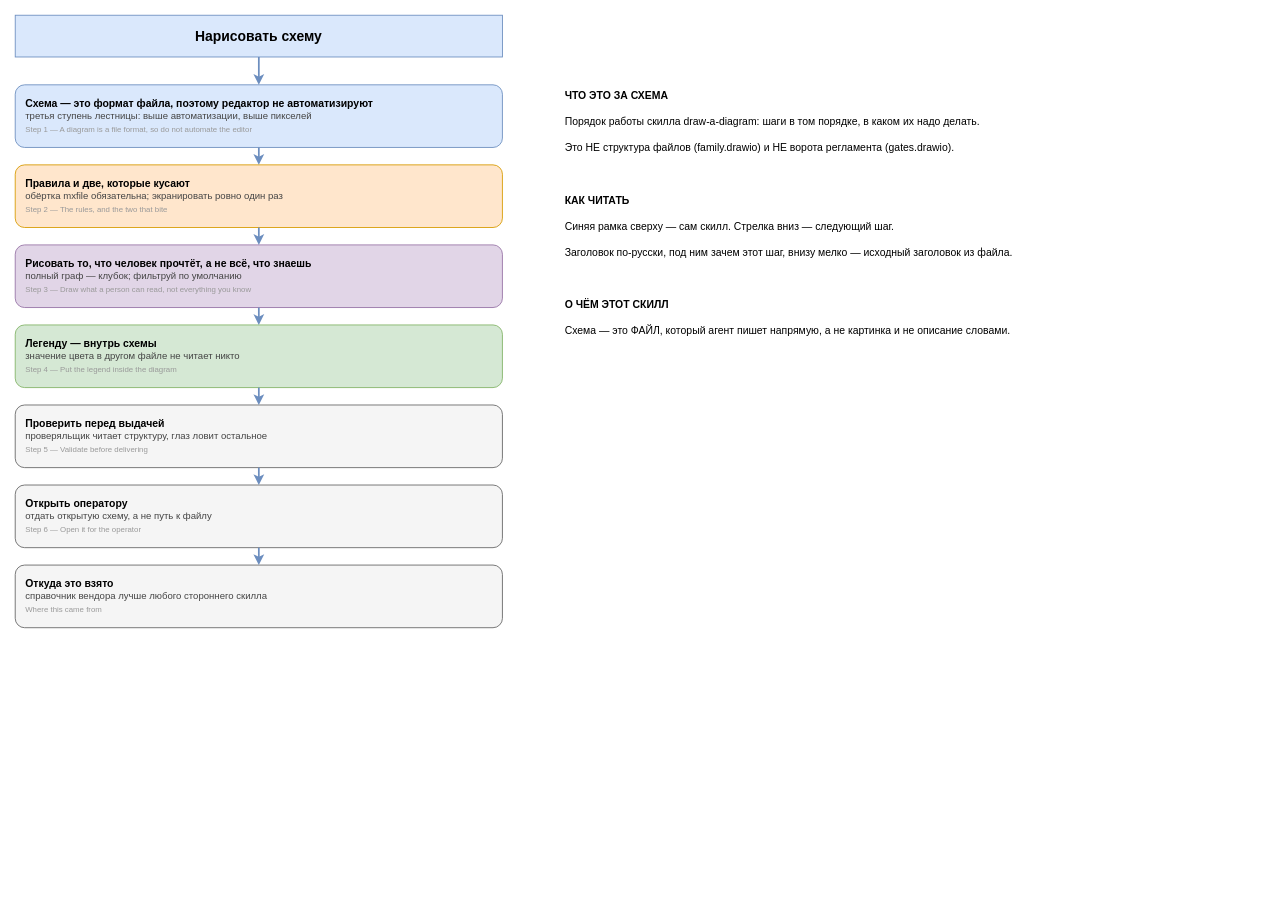
The draw.io diagram skills/draw-a-diagram/assets/diagram.drawio in ubik-dsh/deepseek-harness-skills, before the edit. Source tidied: cells renumbered, new cells numbered last; positions are measured from the earlier drawing's top-left corner, leaving out a move shared by most shapes. Both pictures are drawn from the tidied source at 87%, with x=0, y=0 at pixel (15, 15).
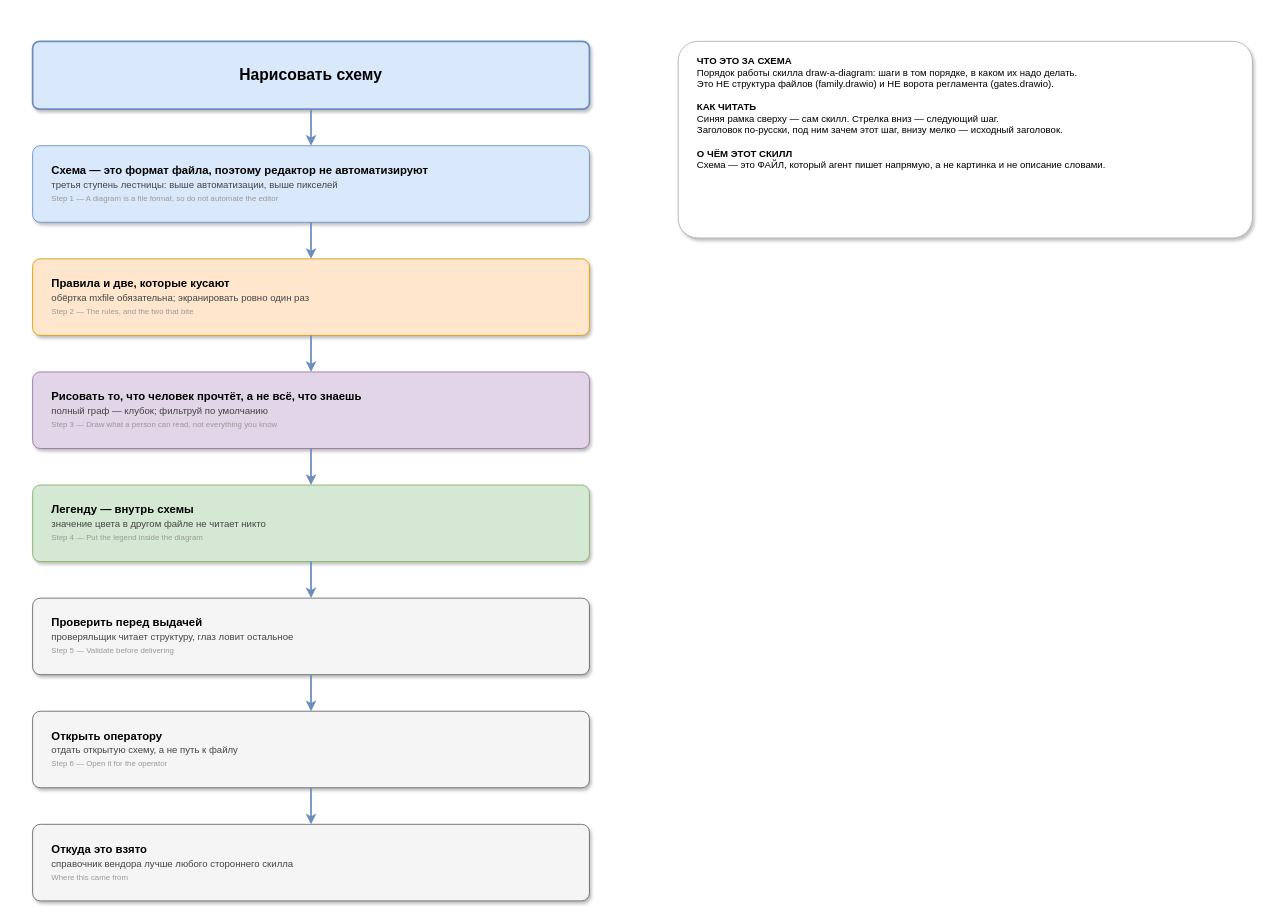
The same diagram, later.

What changed in the source:
```diff
@@
-    <mxCell id="2" value="Нарисовать схему" style="rounded=0;whiteSpace=wrap;html=1;fillColor=#DAE8FC;strokeColor=#6C8EBF;fontSize=16;fontStyle=1;" parent="1" vertex="1">
-      <mxGeometry width="560" height="48" as="geometry" />
+    <mxCell id="2" value="Нарисовать схему" style="rounded=1;arcSize=10;whiteSpace=wrap;html=1;shadow=1;strokeWidth=2;fillColor=#DAE8FC;strokeColor=#6C8EBF;fontSize=18;fontStyle=1;align=center;verticalAlign=middle;" parent="1" vertex="1">
+      <mxGeometry x="20" y="30" width="640" height="78" as="geometry" />
     </mxCell>
-    <mxCell id="3" value="&lt;b&gt;Схема — это формат файла, поэтому редактор не автоматизируют&lt;/b&gt;&lt;br&gt;&lt;font color=&quot;#444444&quot; style=&quot;font-size:11px&quot;&gt;третья ступень лестницы: выше автоматизации, выше пикселей&lt;/font&gt;&lt;br&gt;&lt;font color=&quot;#999999&quot; style=&quot;font-size:9px&quot;&gt;Step 1 — A diagram is a file format, so do not automate the editor&lt;/font&gt;" style="rounded=1;whiteSpace=wrap;html=1;fillColor=#DAE8FC;strokeColor=#6C8EBF;align=left;spacingLeft=10;fontSize=12;" parent="1" vertex="1">
-      <mxGeometry y="80" width="560" height="72" as="geometry" />
+    <mxCell id="3" value="&lt;b&gt;Схема — это формат файла, поэтому редактор не автоматизируют&lt;/b&gt;&lt;br&gt;&lt;font color=&quot;#444444&quot; style=&quot;font-size:11px&quot;&gt;третья ступень лестницы: выше автоматизации, выше пикселей&lt;/font&gt;&lt;br&gt;&lt;font color=&quot;#999999&quot; style=&quot;font-size:9px&quot;&gt;Step 1 — A diagram is a file format, so do not automate the editor&lt;/font&gt;" style="rounded=1;arcSize=10;whiteSpace=wrap;html=1;shadow=1;strokeWidth=1;fillColor=#DAE8FC;strokeColor=#6C8EBF;align=left;verticalAlign=middle;spacingLeft=20;spacingTop=10;spacingBottom=10;fontSize=13;" parent="1" vertex="1">
+      <mxGeometry x="20" y="150" width="640" height="88" as="geometry" />
     </mxCell>
-    <mxCell id="4" style="endArrow=classic;html=1;strokeColor=#6C8EBF;strokeWidth=2;rounded=0;edgeStyle=orthogonalEdgeStyle;" parent="1" edge="1" source="2" target="3">
+    <mxCell id="4" style="endArrow=classic;html=1;strokeColor=#6C8EBF;strokeWidth=2;rounded=0;edgeStyle=orthogonalEdgeStyle;exitX=0.5;exitY=1;exitDx=0;exitDy=0;entryX=0.5;entryY=0;entryDx=0;entryDy=0;" parent="1" edge="1" source="2" target="3">
       <mxGeometry relative="1" as="geometry" />
     </mxCell>
-    <mxCell id="5" value="&lt;b&gt;Правила и две, которые кусают&lt;/b&gt;&lt;br&gt;&lt;font color=&quot;#444444&quot; style=&quot;font-size:11px&quot;&gt;обёртка mxfile обязательна; экранировать ровно один раз&lt;/font&gt;&lt;br&gt;&lt;font color=&quot;#999999&quot; style=&quot;font-size:9px&quot;&gt;Step 2 — The rules, and the two that bite&lt;/font&gt;" style="rounded=1;whiteSpace=wrap;html=1;fillColor=#FFE6CC;strokeColor=#D79B00;align=left;spacingLeft=10;fontSize=12;" parent="1" vertex="1">
-      <mxGeometry y="172" width="560" height="72" as="geometry" />
+    <mxCell id="5" value="&lt;b&gt;Правила и две, которые кусают&lt;/b&gt;&lt;br&gt;&lt;font color=&quot;#444444&quot; style=&quot;font-size:11px&quot;&gt;обёртка mxfile обязательна; экранировать ровно один раз&lt;/font&gt;&lt;br&gt;&lt;font color=&quot;#999999&quot; style=&quot;font-size:9px&quot;&gt;Step 2 — The rules, and the two that bite&lt;/font&gt;" style="rounded=1;arcSize=10;whiteSpace=wrap;html=1;shadow=1;strokeWidth=1;fillColor=#FFE6CC;strokeColor=#D79B00;align=left;verticalAlign=middle;spacingLeft=20;spacingTop=10;spacingBottom=10;fontSize=13;" parent="1" vertex="1">
+      <mxGeometry x="20" y="280" width="640" height="88" as="geometry" />
     </mxCell>
-    <mxCell id="6" style="endArrow=classic;html=1;strokeColor=#6C8EBF;strokeWidth=2;rounded=0;edgeStyle=orthogonalEdgeStyle;" parent="1" edge="1" source="3" target="5">
+    <mxCell id="6" style="endArrow=classic;html=1;strokeColor=#6C8EBF;strokeWidth=2;rounded=0;edgeStyle=orthogonalEdgeStyle;exitX=0.5;exitY=1;exitDx=0;exitDy=0;entryX=0.5;entryY=0;entryDx=0;entryDy=0;" parent="1" edge="1" source="3" target="5">
       <mxGeometry relative="1" as="geometry" />
     </mxCell>
-    <mxCell id="7" value="&lt;b&gt;Рисовать то, что человек прочтёт, а не всё, что знаешь&lt;/b&gt;&lt;br&gt;&lt;font color=&quot;#444444&quot; style=&quot;font-size:11px&quot;&gt;полный граф — клубок; фильтруй по умолчанию&lt;/font&gt;&lt;br&gt;&lt;font color=&quot;#999999&quot; style=&quot;font-size:9px&quot;&gt;Step 3 — Draw what a person can read, not everything you know&lt;/font&gt;" style="rounded=1;whiteSpace=wrap;html=1;fillColor=#E1D5E7;strokeColor=#9673A6;align=left;spacingLeft=10;fontSize=12;" parent="1" vertex="1">
-      <mxGeometry y="264" width="560" height="72" as="geometry" />
+    <mxCell id="7" value="&lt;b&gt;Рисовать то, что человек прочтёт, а не всё, что знаешь&lt;/b&gt;&lt;br&gt;&lt;font color=&quot;#444444&quot; style=&quot;font-size:11px&quot;&gt;полный граф — клубок; фильтруй по умолчанию&lt;/font&gt;&lt;br&gt;&lt;font color=&quot;#999999&quot; style=&quot;font-size:9px&quot;&gt;Step 3 — Draw what a person can read, not everything you know&lt;/font&gt;" style="rounded=1;arcSize=10;whiteSpace=wrap;html=1;shadow=1;strokeWidth=1;fillColor=#E1D5E7;strokeColor=#9673A6;align=left;verticalAlign=middle;spacingLeft=20;spacingTop=10;spacingBottom=10;fontSize=13;" parent="1" vertex="1">
+      <mxGeometry x="20" y="410" width="640" height="88" as="geometry" />
     </mxCell>
-    <mxCell id="8" style="endArrow=classic;html=1;strokeColor=#6C8EBF;strokeWidth=2;rounded=0;edgeStyle=orthogonalEdgeStyle;" parent="1" edge="1" source="5" target="7">
+    <mxCell id="8" style="endArrow=classic;html=1;strokeColor=#6C8EBF;strokeWidth=2;rounded=0;edgeStyle=orthogonalEdgeStyle;exitX=0.5;exitY=1;exitDx=0;exitDy=0;entryX=0.5;entryY=0;entryDx=0;entryDy=0;" parent="1" edge="1" source="5" target="7">
       <mxGeometry relative="1" as="geometry" />
     </mxCell>
-    <mxCell id="9" value="&lt;b&gt;Легенду — внутрь схемы&lt;/b&gt;&lt;br&gt;&lt;font color=&quot;#444444&quot; style=&quot;font-size:11px&quot;&gt;значение цвета в другом файле не читает никто&lt;/font&gt;&lt;br&gt;&lt;font color=&quot;#999999&quot; style=&quot;font-size:9px&quot;&gt;Step 4 — Put the legend inside the diagram&lt;/font&gt;" style="rounded=1;whiteSpace=wrap;html=1;fillColor=#D5E8D4;strokeColor=#82B366;align=left;spacingLeft=10;fontSize=12;" parent="1" vertex="1">
-      <mxGeometry y="356" width="560" height="72" as="geometry" />
+    <mxCell id="9" value="&lt;b&gt;Легенду — внутрь схемы&lt;/b&gt;&lt;br&gt;&lt;font color=&quot;#444444&quot; style=&quot;font-size:11px&quot;&gt;значение цвета в другом файле не читает никто&lt;/font&gt;&lt;br&gt;&lt;font color=&quot;#999999&quot; style=&quot;font-size:9px&quot;&gt;Step 4 — Put the legend inside the diagram&lt;/font&gt;" style="rounded=1;arcSize=10;whiteSpace=wrap;html=1;shadow=1;strokeWidth=1;fillColor=#D5E8D4;strokeColor=#82B366;align=left;verticalAlign=middle;spacingLeft=20;spacingTop=10;spacingBottom=10;fontSize=13;" parent="1" vertex="1">
+      <mxGeometry x="20" y="540" width="640" height="88" as="geometry" />
     </mxCell>
-    <mxCell id="10" style="endArrow=classic;html=1;strokeColor=#6C8EBF;strokeWidth=2;rounded=0;edgeStyle=orthogonalEdgeStyle;" parent="1" edge="1" source="7" target="9">
+    <mxCell id="10" style="endArrow=classic;html=1;strokeColor=#6C8EBF;strokeWidth=2;rounded=0;edgeStyle=orthogonalEdgeStyle;exitX=0.5;exitY=1;exitDx=0;exitDy=0;entryX=0.5;entryY=0;entryDx=0;entryDy=0;" parent="1" edge="1" source="7" target="9">
       <mxGeometry relative="1" as="geometry" />
     </mxCell>
-    <mxCell id="11" value="&lt;b&gt;Проверить перед выдачей&lt;/b&gt;&lt;br&gt;&lt;font color=&quot;#444444&quot; style=&quot;font-size:11px&quot;&gt;проверяльщик читает структуру, глаз ловит остальное&lt;/font&gt;&lt;br&gt;&lt;font color=&quot;#999999&quot; style=&quot;font-size:9px&quot;&gt;Step 5 — Validate before delivering&lt;/font&gt;" style="rounded=1;whiteSpace=wrap;html=1;fillColor=#F5F5F5;strokeColor=#666666;align=left;spacingLeft=10;fontSize=12;" parent="1" vertex="1">
-      <mxGeometry y="448" width="560" height="72" as="geometry" />
+    <mxCell id="11" value="&lt;b&gt;Проверить перед выдачей&lt;/b&gt;&lt;br&gt;&lt;font color=&quot;#444444&quot; style=&quot;font-size:11px&quot;&gt;проверяльщик читает структуру, глаз ловит остальное&lt;/font&gt;&lt;br&gt;&lt;font color=&quot;#999999&quot; style=&quot;font-size:9px&quot;&gt;Step 5 — Validate before delivering&lt;/font&gt;" style="rounded=1;arcSize=10;whiteSpace=wrap;html=1;shadow=1;strokeWidth=1;fillColor=#F5F5F5;strokeColor=#666666;align=left;verticalAlign=middle;spacingLeft=20;spacingTop=10;spacingBottom=10;fontSize=13;" parent="1" vertex="1">
+      <mxGeometry x="20" y="670" width="640" height="88" as="geometry" />
     </mxCell>
-    <mxCell id="12" style="endArrow=classic;html=1;strokeColor=#6C8EBF;strokeWidth=2;rounded=0;edgeStyle=orthogonalEdgeStyle;" parent="1" edge="1" source="9" target="11">
+    <mxCell id="12" style="endArrow=classic;html=1;strokeColor=#6C8EBF;strokeWidth=2;rounded=0;edgeStyle=orthogonalEdgeStyle;exitX=0.5;exitY=1;exitDx=0;exitDy=0;entryX=0.5;entryY=0;entryDx=0;entryDy=0;" parent="1" edge="1" source="9" target="11">
       <mxGeometry relative="1" as="geometry" />
     </mxCell>
-    <mxCell id="13" value="&lt;b&gt;Открыть оператору&lt;/b&gt;&lt;br&gt;&lt;font color=&quot;#444444&quot; style=&quot;font-size:11px&quot;&gt;отдать открытую схему, а не путь к файлу&lt;/font&gt;&lt;br&gt;&lt;font color=&quot;#999999&quot; style=&quot;font-size:9px&quot;&gt;Step 6 — Open it for the operator&lt;/font&gt;" style="rounded=1;whiteSpace=wrap;html=1;fillColor=#F5F5F5;strokeColor=#666666;align=left;spacingLeft=10;fontSize=12;" parent="1" vertex="1">
-      <mxGeometry y="540" width="560" height="72" as="geometry" />
+    <mxCell id="13" value="&lt;b&gt;Открыть оператору&lt;/b&gt;&lt;br&gt;&lt;font color=&quot;#444444&quot; style=&quot;font-size:11px&quot;&gt;отдать открытую схему, а не путь к файлу&lt;/font&gt;&lt;br&gt;&lt;font color=&quot;#999999&quot; style=&quot;font-size:9px&quot;&gt;Step 6 — Open it for the operator&lt;/font&gt;" style="rounded=1;arcSize=10;whiteSpace=wrap;html=1;shadow=1;strokeWidth=1;fillColor=#F5F5F5;strokeColor=#666666;align=left;verticalAlign=middle;spacingLeft=20;spacingTop=10;spacingBottom=10;fontSize=13;" parent="1" vertex="1">
+      <mxGeometry x="20" y="800" width="640" height="88" as="geometry" />
     </mxCell>
-    <mxCell id="14" style="endArrow=classic;html=1;strokeColor=#6C8EBF;strokeWidth=2;rounded=0;edgeStyle=orthogonalEdgeStyle;" parent="1" edge="1" source="11" target="13">
+    <mxCell id="14" style="endArrow=classic;html=1;strokeColor=#6C8EBF;strokeWidth=2;rounded=0;edgeStyle=orthogonalEdgeStyle;exitX=0.5;exitY=1;exitDx=0;exitDy=0;entryX=0.5;entryY=0;entryDx=0;entryDy=0;" parent="1" edge="1" source="11" target="13">
       <mxGeometry relative="1" as="geometry" />
     </mxCell>
-    <mxCell id="15" value="&lt;b&gt;Откуда это взято&lt;/b&gt;&lt;br&gt;&lt;font color=&quot;#444444&quot; style=&quot;font-size:11px&quot;&gt;справочник вендора лучше любого стороннего скилла&lt;/font&gt;&lt;br&gt;&lt;font color=&quot;#999999&quot; style=&quot;font-size:9px&quot;&gt;Where this came from&lt;/font&gt;" style="rounded=1;whiteSpace=wrap;html=1;fillColor=#F5F5F5;strokeColor=#666666;align=left;spacingLeft=10;fontSize=12;" parent="1" vertex="1">
-      <mxGeometry y="632" width="560" height="72" as="geometry" />
+    <mxCell id="15" value="&lt;b&gt;Откуда это взято&lt;/b&gt;&lt;br&gt;&lt;font color=&quot;#444444&quot; style=&quot;font-size:11px&quot;&gt;справочник вендора лучше любого стороннего скилла&lt;/font&gt;&lt;br&gt;&lt;font color=&quot;#999999&quot; style=&quot;font-size:9px&quot;&gt;Where this came from&lt;/font&gt;" style="rounded=1;arcSize=10;whiteSpace=wrap;html=1;shadow=1;strokeWidth=1;fillColor=#F5F5F5;strokeColor=#666666;align=left;verticalAlign=middle;spacingLeft=20;spacingTop=10;spacingBottom=10;fontSize=13;" parent="1" vertex="1">
+      <mxGeometry x="20" y="930" width="640" height="88" as="geometry" />
     </mxCell>
-    <mxCell id="16" style="endArrow=classic;html=1;strokeColor=#6C8EBF;strokeWidth=2;rounded=0;edgeStyle=orthogonalEdgeStyle;" parent="1" edge="1" source="13" target="15">
+    <mxCell id="16" style="endArrow=classic;html=1;strokeColor=#6C8EBF;strokeWidth=2;rounded=0;edgeStyle=orthogonalEdgeStyle;exitX=0.5;exitY=1;exitDx=0;exitDy=0;entryX=0.5;entryY=0;entryDx=0;entryDy=0;" parent="1" edge="1" source="13" target="15">
       <mxGeometry relative="1" as="geometry" />
     </mxCell>
-    <mxCell id="17" value="ЧТО ЭТО ЗА СХЕМА" style="text;html=1;align=left;verticalAlign=middle;fontSize=12;fontStyle=1;strokeColor=none;fillColor=none;" parent="1" vertex="1">
-      <mxGeometry x="630" y="80" width="640" height="26" as="geometry" />
-    </mxCell>
-    <mxCell id="18" value="Порядок работы скилла draw-a-diagram: шаги в том порядке, в каком их надо делать." style="text;html=1;align=left;verticalAlign=middle;fontSize=12;fontStyle=0;strokeColor=none;fillColor=none;" parent="1" vertex="1">
-      <mxGeometry x="630" y="110" width="640" height="26" as="geometry" />
-    </mxCell>
-    <mxCell id="19" value="Это НЕ структура файлов (family.drawio) и НЕ ворота регламента (gates.drawio)." style="text;html=1;align=left;verticalAlign=middle;fontSize=12;fontStyle=0;strokeColor=none;fillColor=none;" parent="1" vertex="1">
-      <mxGeometry x="630" y="140" width="640" height="26" as="geometry" />
-    </mxCell>
-    <mxCell id="20" style="text;html=1;align=left;verticalAlign=middle;fontSize=12;fontStyle=0;strokeColor=none;fillColor=none;" parent="1" vertex="1">
-      <mxGeometry x="630" y="170" width="640" height="26" as="geometry" />
-    </mxCell>
-    <mxCell id="21" value="КАК ЧИТАТЬ" style="text;html=1;align=left;verticalAlign=middle;fontSize=12;fontStyle=1;strokeColor=none;fillColor=none;" parent="1" vertex="1">
-      <mxGeometry x="630" y="200" width="640" height="26" as="geometry" />
-    </mxCell>
-    <mxCell id="22" value="Синяя рамка сверху — сам скилл. Стрелка вниз — следующий шаг." style="text;html=1;align=left;verticalAlign=middle;fontSize=12;fontStyle=0;strokeColor=none;fillColor=none;" parent="1" vertex="1">
-      <mxGeometry x="630" y="230" width="640" height="26" as="geometry" />
-    </mxCell>
-    <mxCell id="23" value="Заголовок по-русски, под ним зачем этот шаг, внизу мелко — исходный заголовок из файла." style="text;html=1;align=left;verticalAlign=middle;fontSize=12;fontStyle=0;strokeColor=none;fillColor=none;" parent="1" vertex="1">
-      <mxGeometry x="630" y="260" width="640" height="26" as="geometry" />
-    </mxCell>
-    <mxCell id="24" style="text;html=1;align=left;verticalAlign=middle;fontSize=12;fontStyle=0;strokeColor=none;fillColor=none;" parent="1" vertex="1">
-      <mxGeometry x="630" y="290" width="640" height="26" as="geometry" />
-    </mxCell>
-    <mxCell id="25" value="О ЧЁМ ЭТОТ СКИЛЛ" style="text;html=1;align=left;verticalAlign=middle;fontSize=12;fontStyle=1;strokeColor=none;fillColor=none;" parent="1" vertex="1">
-      <mxGeometry x="630" y="320" width="640" height="26" as="geometry" />
-    </mxCell>
-    <mxCell id="26" value="Схема — это ФАЙЛ, который агент пишет напрямую, а не картинка и не описание словами." style="text;html=1;align=left;verticalAlign=middle;fontSize=12;fontStyle=0;strokeColor=none;fillColor=none;" parent="1" vertex="1">
-      <mxGeometry x="630" y="350" width="640" height="26" as="geometry" />
-    </mxCell>
+    <mxCell id="27" value="&lt;b&gt;ЧТО ЭТО ЗА СХЕМА&lt;/b&gt;&lt;br&gt;Порядок работы скилла draw-a-diagram: шаги в том порядке, в каком их надо делать.&lt;br&gt;Это НЕ структура файлов (family.drawio) и НЕ ворота регламента (gates.drawio).&lt;br&gt;&amp;nbsp;&lt;br&gt;&lt;b&gt;КАК ЧИТАТЬ&lt;/b&gt;&lt;br&gt;Синяя рамка сверху — сам скилл. Стрелка вниз — следующий шаг.&lt;br&gt;Заголовок по-русски, под ним зачем этот шаг, внизу мелко — исходный заголовок.&lt;br&gt;&amp;nbsp;&lt;br&gt;&lt;b&gt;О ЧЁМ ЭТОТ СКИЛЛ&lt;/b&gt;&lt;br&gt;Схема — это ФАЙЛ, который агент пишет напрямую, а не картинка и не описание словами.&lt;br&gt;&amp;nbsp;" style="rounded=1;arcSize=10;whiteSpace=wrap;html=1;shadow=1;strokeWidth=1;fillColor=#FFFFFF;strokeColor=#B3B3B3;align=left;verticalAlign=top;spacingLeft=20;spacingTop=10;fontSize=11;" parent="1" vertex="1">
+      <mxGeometry x="762" y="30" width="660" height="226" as="geometry" />
+    </mxCell>
```
